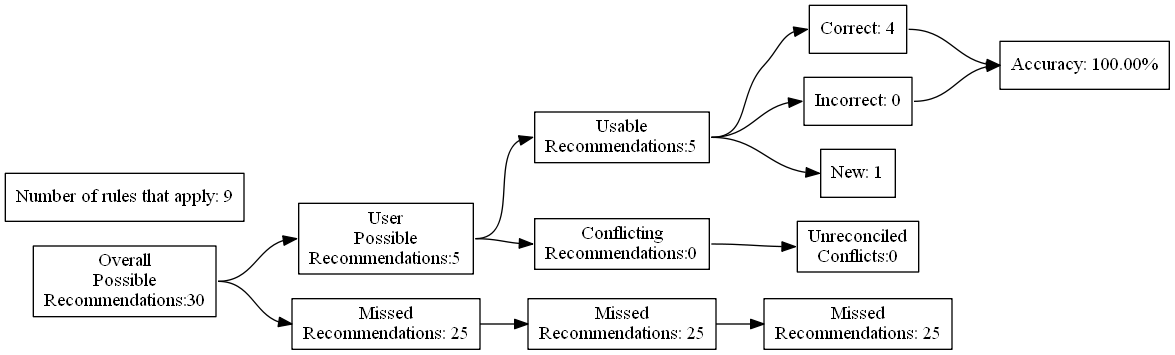
ZaxR/ibd_diet_analysis keeps this Graphviz diagram as test_renders/29.gv.png. Above is the earlier version. Its source is kept beside it as test_renders/29.gv.
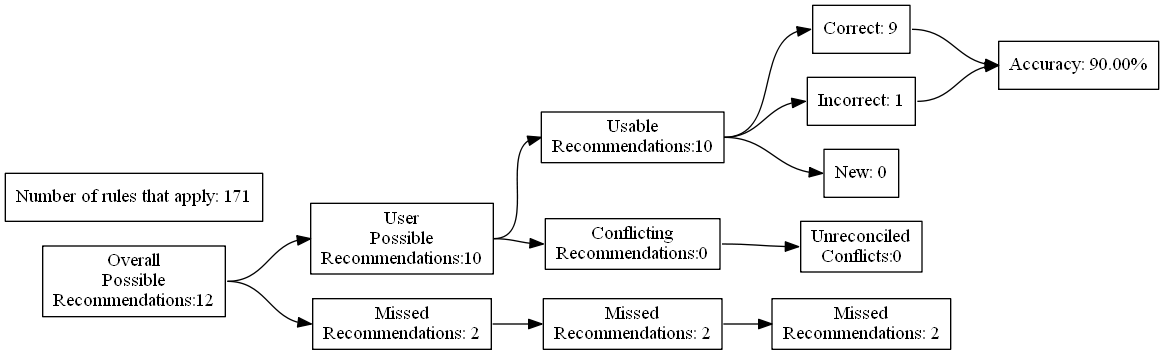
The same diagram one commit later.

The edit, as a diff of the source:
```diff
@@ -4,27 +4,27 @@
 	edge [headport=w tailport=e]
 		A [label="Overall
 Possible
-Recommendations:30"]
+Recommendations:12"]
 		B [label="User
 Possible
-Recommendations:5"]
+Recommendations:10"]
 		C [label="Missed
-Recommendations: 25"]
+Recommendations: 2"]
 		D [label="Usable
-Recommendations:5"]
+Recommendations:10"]
 		E [label="Conflicting
 Recommendations:0"]
 		J [label="Missed
-Recommendations: 25"]
+Recommendations: 2"]
 		M [label="Unreconciled
 Conflicts:0"]
-		F [label="Correct: 4"]
-		G [label="Incorrect: 0"]
-		H [label="New: 1"]
+		F [label="Correct: 9"]
+		G [label="Incorrect: 1"]
+		H [label="New: 0"]
 		K [label="Missed
-Recommendations: 25"]
-		I [label="Accuracy: 100.00%"]
-		l [label="Number of rules that apply: 9"]
+Recommendations: 2"]
+		I [label="Accuracy: 90.00%"]
+		l [label="Number of rules that apply: 171"]
 			A -> B
 			A -> C
 			B -> D
```
